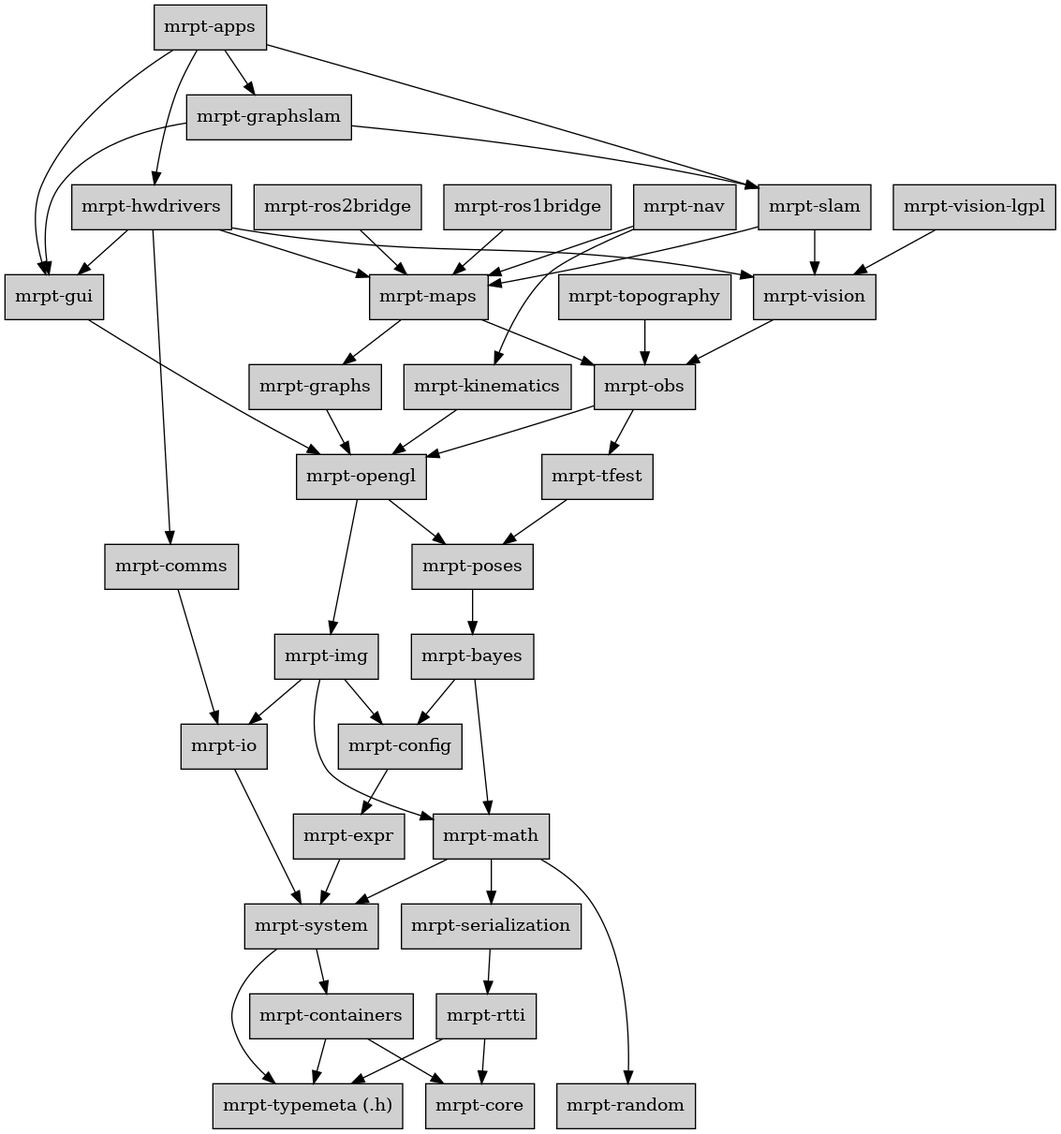
Above: doc/source/images/graph_mrpt_libs.png in MRPT/mrpt (Graphviz), before the change. Its source is kept beside it as doc/source/images/graph_mrpt_libs.dot.
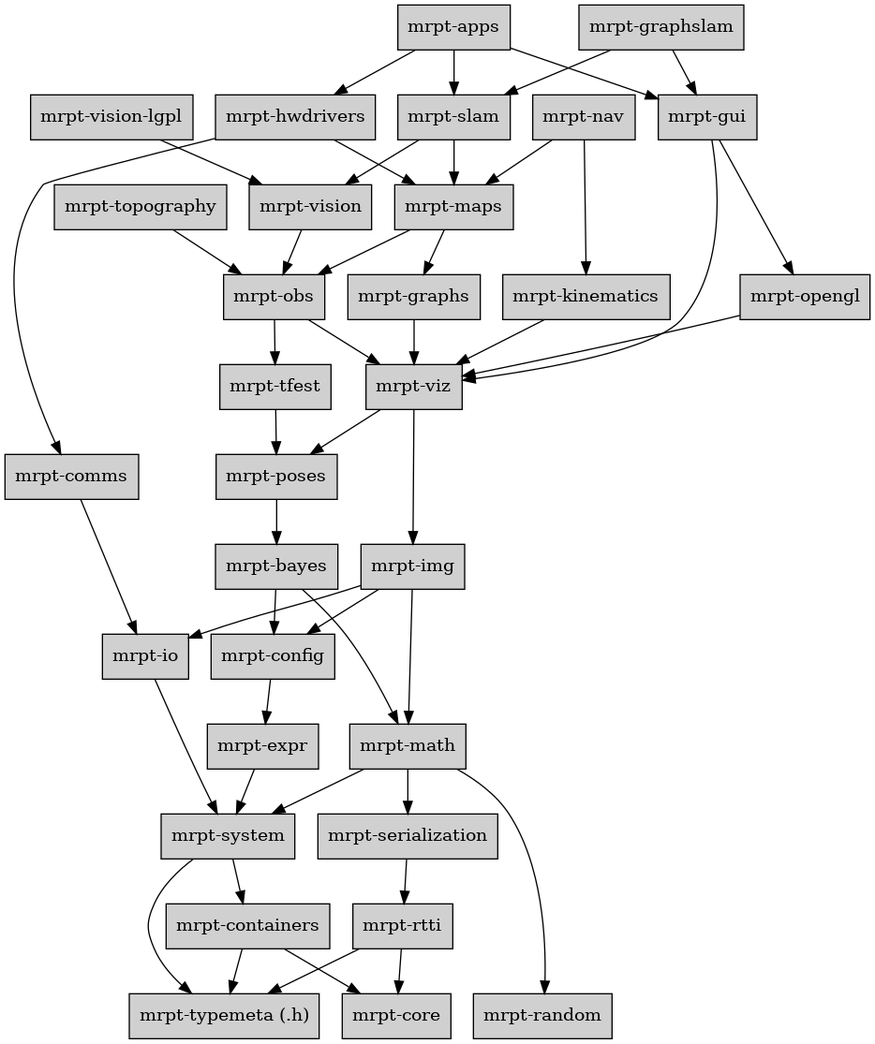
After the change.

Change to the diagram source:
```diff
@@ -6,7 +6,6 @@
 	apps -> gui;
 	apps -> slam;
 	apps -> hwdrivers;
-	apps -> graphslam;
 
 	bayes [label="mrpt-bayes",URL="group_mrpt_bayes_grp.html"];
 	bayes -> math;
@@ -30,7 +29,7 @@
 	expr -> system;
 
 	graphs     [label="mrpt-graphs",URL="group_mrpt_graphs_grp.html"];
-	graphs -> opengl;
+	graphs -> viz;
 
 	graphslam  [label="mrpt-graphslam",URL="group_mrpt_graphslam_grp.html"];
 	graphslam -> gui;
@@ -38,12 +37,15 @@
 
 	gui        [label="mrpt-gui",URL="group_mrpt_gui_grp.html"];
 	gui -> opengl;
+	gui -> viz;
+
+	viz        [label="mrpt-viz",URL="group_mrpt_viz_grp.html"];
+	viz -> poses;
+	viz -> img;
 
 	hwdrivers  [label="mrpt-hwdrivers",URL="group_mrpt_hwdrivers_grp.html"];
 	hwdrivers -> comms;
-	hwdrivers -> gui;
 	hwdrivers -> maps;
-	hwdrivers -> vision;
 
 	img [label="mrpt-img",URL="group_mrpt_img_grp.html"];
 	img  -> io;
@@ -54,7 +56,7 @@
 	io  -> system;
 
 	kinematics [label="mrpt-kinematics",URL="group_mrpt_kinematics_grp.html"];
-	kinematics -> opengl;
+	kinematics -> viz;
 
 	maps       [label="mrpt-maps",URL="group_mrpt_maps_grp.html"];
 	maps -> graphs;
@@ -70,12 +72,11 @@
 	nav -> maps;
 
 	obs        [label="mrpt-obs",URL="group_mrpt_obs_grp.html"];
-	obs -> opengl;
+	obs -> viz;
 	obs -> tfest;
 
 	opengl     [label="mrpt-opengl", URL="group_mrpt_opengl_grp.html"];
-	opengl -> poses;
-	opengl -> img;
+	opengl -> viz;
 
 	poses     [label="mrpt-poses",URL="group_mrpt_poses_grp.html"];
 	poses -> bayes;
@@ -87,12 +88,6 @@
 	rtti     [label="mrpt-rtti",URL="group_mrpt_rtti_grp.html"];
 	rtti -> core;
 	rtti -> typemeta;
-
-	ros1bridge   [label="mrpt-ros1bridge", URL="group_mrpt_ros1bridge_grp.html"];
-	ros1bridge -> maps;
-
-	ros2bridge   [label="mrpt-ros2bridge", URL="group_mrpt_ros2bridge_grp.html"];
-	ros2bridge -> maps;
 
 	serialization [label="mrpt-serialization",URL="group_mrpt_serialization_grp.html"];
 	serialization -> rtti;
```
